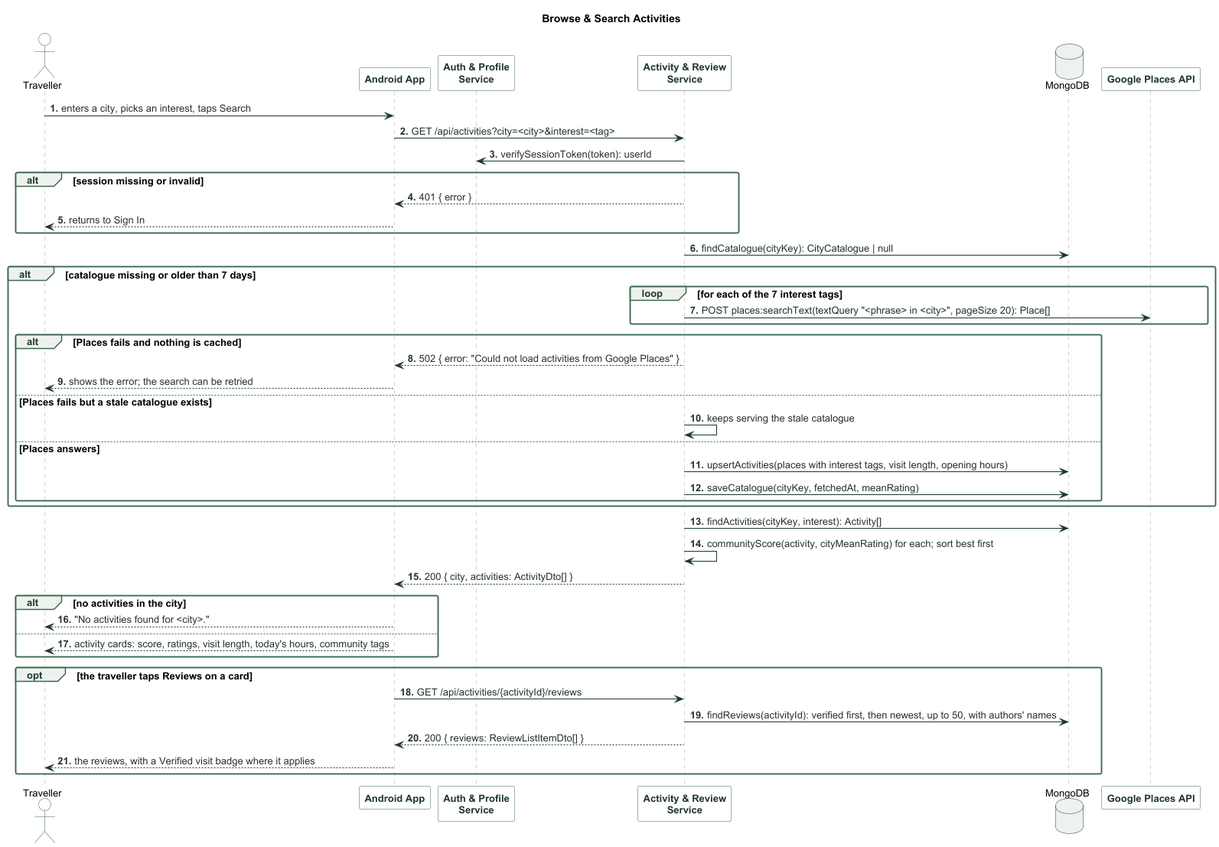
This is documentation/images/seq_browse_search_activities.png from abhiverma13/TimeTravel, a PlantUML export, as it was before one commit.
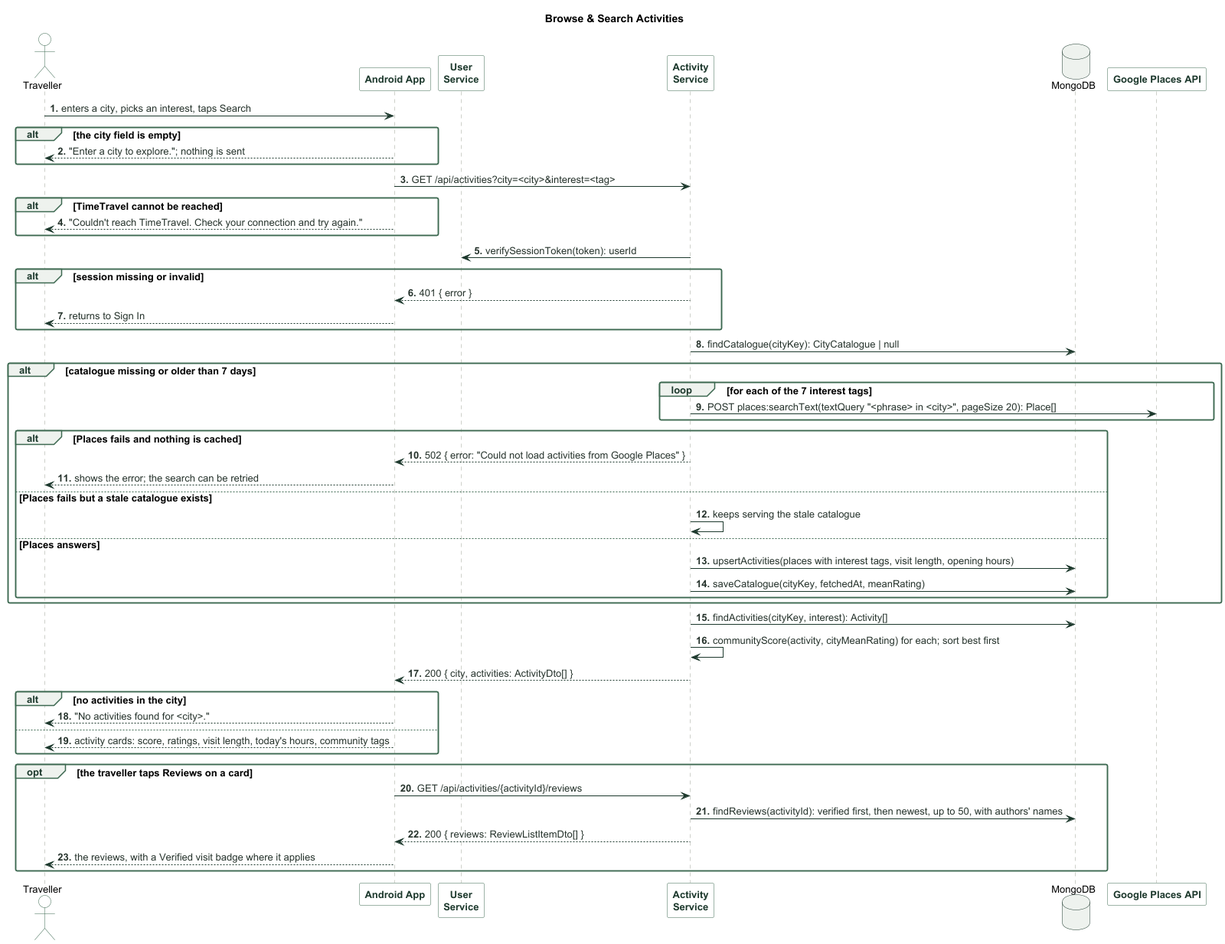
The same diagram one commit later.

Diff of the diagram source:
```diff
@@ -4,13 +4,19 @@
 
 actor Traveller
 participant "Android App" as App
-participant "Auth & Profile\nService" as Auth
-participant "Activity & Review\nService" as Activities
+participant "User\nService" as Auth
+participant "Activity\nService" as Activities
 database MongoDB
 participant "Google Places API" as Places
 
 Traveller -> App : enters a city, picks an interest, taps Search
+alt the city field is empty
+  App --> Traveller : "Enter a city to explore."; nothing is sent
+end
 App -> Activities : GET /api/activities?city=<city>&interest=<tag>
+alt TimeTravel cannot be reached
+  App --> Traveller : "Couldn't reach TimeTravel. Check your connection and try again."
+end
 Activities -> Auth : verifySessionToken(token): userId
 alt session missing or invalid
   Activities --> App : 401 { error }
```
